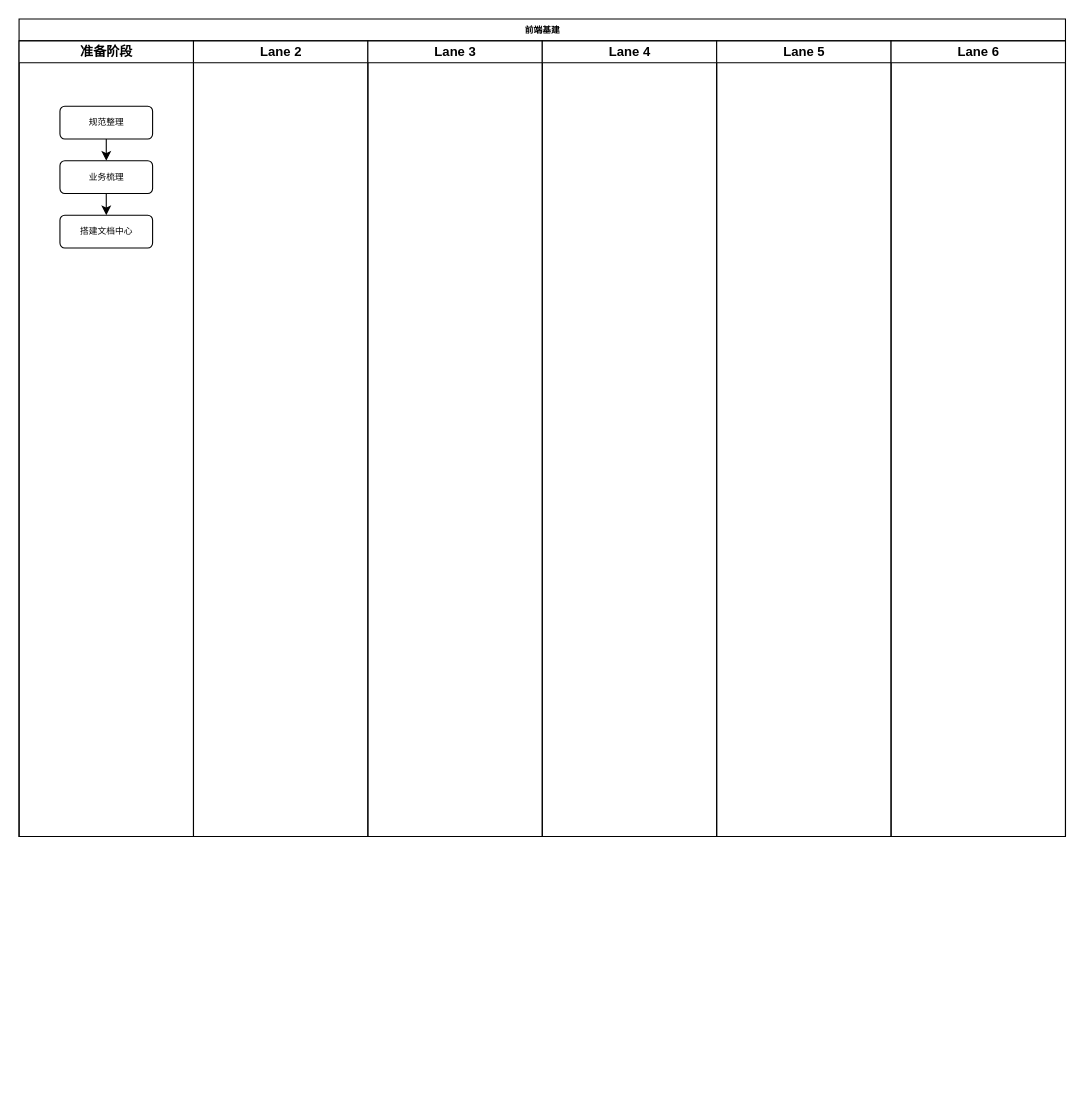
Earlier version of the draw.io diagram page "前端基建" (1 of 2) of Untitled Diagram.drawio (leer0911/draw.io). Source tidied: cells renumbered, new cells numbered last; positions are measured from the earlier drawing's top-left corner, leaving out a move shared by most shapes. Both pictures are drawn from the tidied source at 109%, with x=0, y=0 at pixel (19, 19).
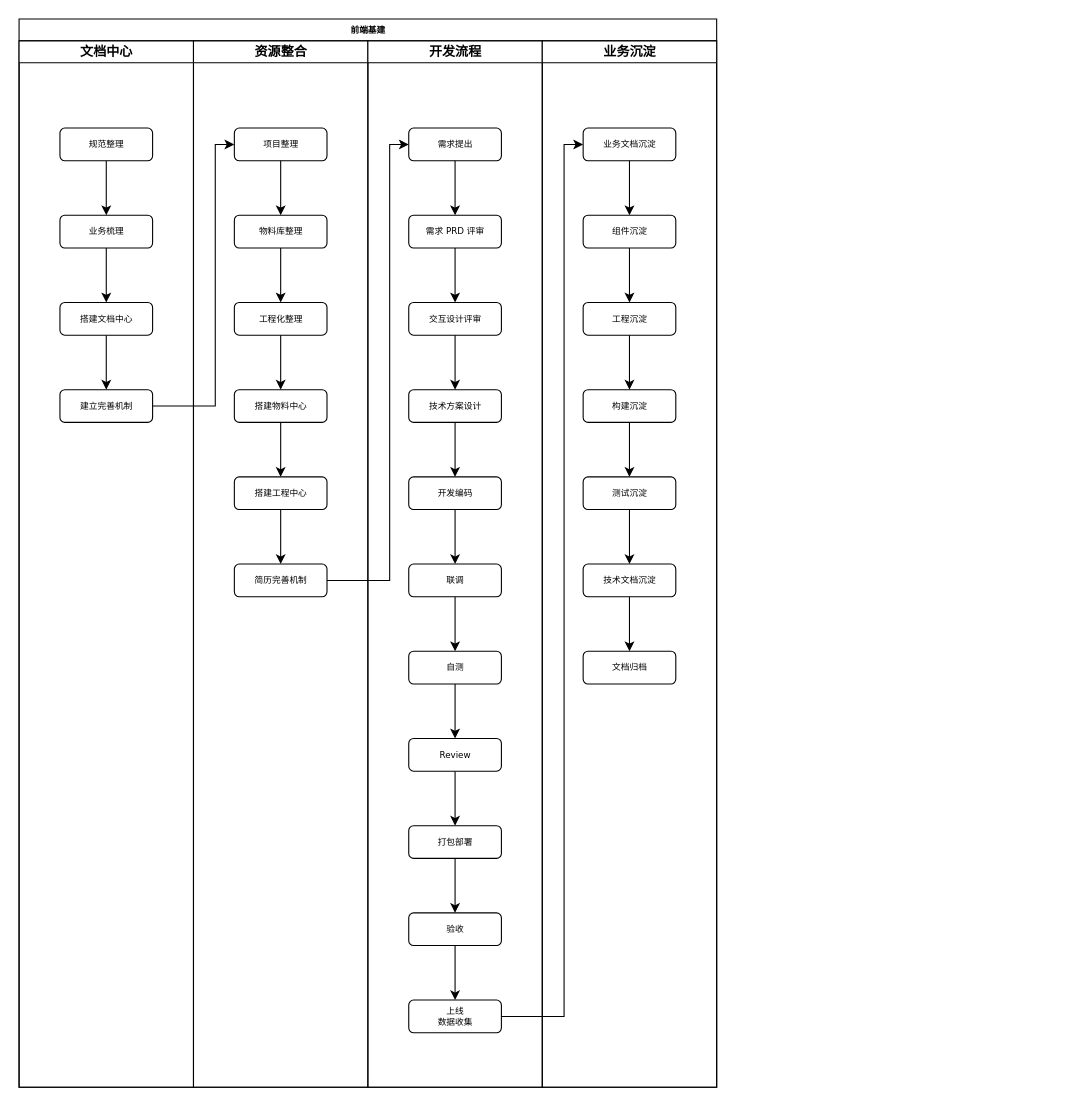
Above is the later version.

Change to the diagram source:
```diff
@@
     <mxCell id="2" value="前端基建" style="swimlane;html=1;startSize=20;rounded=0;shadow=0;labelBackgroundColor=none;strokeWidth=1;fontFamily=Verdana;fontSize=8;align=center;" parent="1" vertex="1">
-      <mxGeometry width="960" height="750" as="geometry" />
+      <mxGeometry width="640" height="980" as="geometry" />
     </mxCell>
-    <mxCell id="3" value="准备阶段" style="swimlane;html=1;startSize=20;" parent="2" vertex="1">
-      <mxGeometry y="20" width="160" height="730" as="geometry" />
+    <mxCell id="3" value="文档中心" style="swimlane;html=1;startSize=20;" parent="2" vertex="1">
+      <mxGeometry y="20" width="160" height="960" as="geometry" />
     </mxCell>
@@
     <mxCell id="5" value="规范整理" style="rounded=1;whiteSpace=wrap;html=1;shadow=0;labelBackgroundColor=none;strokeWidth=1;fontFamily=Verdana;fontSize=8;align=center;" parent="3" vertex="1">
-      <mxGeometry x="37.5" y="60" width="85" height="30" as="geometry" />
+      <mxGeometry x="37.5" y="80" width="85" height="30" as="geometry" />
     </mxCell>
@@
     <mxCell id="7" value="业务梳理" style="rounded=1;whiteSpace=wrap;html=1;shadow=0;labelBackgroundColor=none;strokeWidth=1;fontFamily=Verdana;fontSize=8;align=center;" parent="3" vertex="1">
-      <mxGeometry x="37.5" y="110" width="85" height="30" as="geometry" />
+      <mxGeometry x="37.5" y="160" width="85" height="30" as="geometry" />
     </mxCell>
+    <mxCell id="14" style="edgeStyle=orthogonalEdgeStyle;rounded=0;jettySize=auto;html=1;exitX=0.5;exitY=1;exitDx=0;exitDy=0;entryX=0.5;entryY=0;entryDx=0;entryDy=0;" parent="3" edge="1" source="8" target="15">
+      <mxGeometry relative="1" as="geometry" />
+    </mxCell>
     <mxCell id="8" value="搭建文档中心" style="rounded=1;whiteSpace=wrap;html=1;shadow=0;labelBackgroundColor=none;strokeWidth=1;fontFamily=Verdana;fontSize=8;align=center;" parent="3" vertex="1">
-      <mxGeometry x="37.5" y="160" width="85" height="30" as="geometry" />
+      <mxGeometry x="37.5" y="240" width="85" height="30" as="geometry" />
     </mxCell>
+    <mxCell id="15" value="建立完善机制" style="rounded=1;whiteSpace=wrap;html=1;shadow=0;labelBackgroundColor=none;strokeWidth=1;fontFamily=Verdana;fontSize=8;align=center;" parent="3" vertex="1">
+      <mxGeometry x="37.5" y="320" width="85" height="30" as="geometry" />
+    </mxCell>
-    <mxCell id="9" value="Lane 2" style="swimlane;html=1;startSize=20;" parent="2" vertex="1">
-      <mxGeometry x="160" y="20" width="160" height="730" as="geometry" />
+    <mxCell id="9" value="资源整合" style="swimlane;html=1;startSize=20;" parent="2" vertex="1">
+      <mxGeometry x="160" y="20" width="160" height="960" as="geometry" />
     </mxCell>
+    <mxCell id="16" value="项目整理" style="rounded=1;whiteSpace=wrap;html=1;shadow=0;labelBackgroundColor=none;strokeWidth=1;fontFamily=Verdana;fontSize=8;align=center;" parent="9" vertex="1">
+      <mxGeometry x="37.5" y="80" width="85" height="30" as="geometry" />
+    </mxCell>
+    <mxCell id="17" value="物料库整理" style="rounded=1;whiteSpace=wrap;html=1;shadow=0;labelBackgroundColor=none;strokeWidth=1;fontFamily=Verdana;fontSize=8;align=center;" parent="9" vertex="1">
+      <mxGeometry x="37.5" y="160" width="85" height="30" as="geometry" />
+    </mxCell>
+    <mxCell id="18" style="edgeStyle=orthogonalEdgeStyle;rounded=0;jettySize=auto;html=1;exitX=0.5;exitY=1;exitDx=0;exitDy=0;entryX=0.5;entryY=0;entryDx=0;entryDy=0;" parent="9" edge="1" source="16" target="17">
+      <mxGeometry relative="1" as="geometry" />
+    </mxCell>
+    <mxCell id="19" value="工程化整理" style="rounded=1;whiteSpace=wrap;html=1;shadow=0;labelBackgroundColor=none;strokeWidth=1;fontFamily=Verdana;fontSize=8;align=center;" parent="9" vertex="1">
+      <mxGeometry x="37.5" y="240" width="85" height="30" as="geometry" />
+    </mxCell>
+    <mxCell id="20" style="edgeStyle=orthogonalEdgeStyle;rounded=0;jettySize=auto;html=1;exitX=0.5;exitY=1;exitDx=0;exitDy=0;entryX=0.5;entryY=0;entryDx=0;entryDy=0;" parent="9" edge="1" source="17" target="19">
+      <mxGeometry relative="1" as="geometry" />
+    </mxCell>
+    <mxCell id="21" style="edgeStyle=orthogonalEdgeStyle;rounded=0;jettySize=auto;html=1;entryX=0.5;entryY=0;entryDx=0;entryDy=0;" parent="9" edge="1" source="22" target="25">
+      <mxGeometry relative="1" as="geometry" />
+    </mxCell>
+    <mxCell id="22" value="搭建物料中心" style="rounded=1;whiteSpace=wrap;html=1;shadow=0;labelBackgroundColor=none;strokeWidth=1;fontFamily=Verdana;fontSize=8;align=center;" parent="9" vertex="1">
+      <mxGeometry x="37.5" y="320" width="85" height="30" as="geometry" />
+    </mxCell>
+    <mxCell id="23" style="edgeStyle=orthogonalEdgeStyle;rounded=0;jettySize=auto;html=1;exitX=0.5;exitY=1;exitDx=0;exitDy=0;entryX=0.5;entryY=0;entryDx=0;entryDy=0;" parent="9" edge="1" source="19" target="22">
+      <mxGeometry relative="1" as="geometry" />
+    </mxCell>
+    <mxCell id="24" style="edgeStyle=orthogonalEdgeStyle;rounded=0;jettySize=auto;html=1;entryX=0.5;entryY=0;entryDx=0;entryDy=0;" parent="9" edge="1" source="25" target="26">
+      <mxGeometry relative="1" as="geometry" />
+    </mxCell>
+    <mxCell id="25" value="搭建工程中心" style="rounded=1;whiteSpace=wrap;html=1;shadow=0;labelBackgroundColor=none;strokeWidth=1;fontFamily=Verdana;fontSize=8;align=center;" parent="9" vertex="1">
+      <mxGeometry x="37.5" y="400" width="85" height="30" as="geometry" />
+    </mxCell>
+    <mxCell id="26" value="简历完善机制" style="rounded=1;whiteSpace=wrap;html=1;shadow=0;labelBackgroundColor=none;strokeWidth=1;fontFamily=Verdana;fontSize=8;align=center;" parent="9" vertex="1">
+      <mxGeometry x="37.5" y="480" width="85" height="30" as="geometry" />
+    </mxCell>
-    <mxCell id="10" value="Lane 3" style="swimlane;html=1;startSize=20;" parent="2" vertex="1">
-      <mxGeometry x="320" y="20" width="160" height="730" as="geometry" />
+    <mxCell id="10" value="开发流程" style="swimlane;html=1;startSize=20;" parent="2" vertex="1">
+      <mxGeometry x="320" y="20" width="160" height="960" as="geometry" />
     </mxCell>
+    <mxCell id="27" value="需求提出" style="rounded=1;whiteSpace=wrap;html=1;shadow=0;labelBackgroundColor=none;strokeWidth=1;fontFamily=Verdana;fontSize=8;align=center;" parent="10" vertex="1">
+      <mxGeometry x="37.5" y="80" width="85" height="30" as="geometry" />
+    </mxCell>
+    <mxCell id="28" value="需求 PRD 评审" style="rounded=1;whiteSpace=wrap;html=1;shadow=0;labelBackgroundColor=none;strokeWidth=1;fontFamily=Verdana;fontSize=8;align=center;" parent="10" vertex="1">
+      <mxGeometry x="37.5" y="160" width="85" height="30" as="geometry" />
+    </mxCell>
+    <mxCell id="29" style="edgeStyle=orthogonalEdgeStyle;rounded=0;jettySize=auto;html=1;exitX=0.5;exitY=1;exitDx=0;exitDy=0;entryX=0.5;entryY=0;entryDx=0;entryDy=0;" parent="10" edge="1" source="27" target="28">
+      <mxGeometry relative="1" as="geometry" />
+    </mxCell>
+    <mxCell id="30" value="交互设计评审" style="rounded=1;whiteSpace=wrap;html=1;shadow=0;labelBackgroundColor=none;strokeWidth=1;fontFamily=Verdana;fontSize=8;align=center;" parent="10" vertex="1">
+      <mxGeometry x="37.5" y="240" width="85" height="30" as="geometry" />
+    </mxCell>
+    <mxCell id="31" style="edgeStyle=orthogonalEdgeStyle;rounded=0;jettySize=auto;html=1;exitX=0.5;exitY=1;exitDx=0;exitDy=0;entryX=0.5;entryY=0;entryDx=0;entryDy=0;" parent="10" edge="1" source="28" target="30">
+      <mxGeometry relative="1" as="geometry" />
+    </mxCell>
+    <mxCell id="32" style="edgeStyle=orthogonalEdgeStyle;rounded=0;jettySize=auto;html=1;entryX=0.5;entryY=0;entryDx=0;entryDy=0;" parent="10" edge="1" source="33" target="36">
+      <mxGeometry relative="1" as="geometry" />
+    </mxCell>
+    <mxCell id="33" value="技术方案设计" style="rounded=1;whiteSpace=wrap;html=1;shadow=0;labelBackgroundColor=none;strokeWidth=1;fontFamily=Verdana;fontSize=8;align=center;" parent="10" vertex="1">
+      <mxGeometry x="37.5" y="320" width="85" height="30" as="geometry" />
+    </mxCell>
+    <mxCell id="34" style="edgeStyle=orthogonalEdgeStyle;rounded=0;jettySize=auto;html=1;exitX=0.5;exitY=1;exitDx=0;exitDy=0;entryX=0.5;entryY=0;entryDx=0;entryDy=0;" parent="10" edge="1" source="30" target="33">
+      <mxGeometry relative="1" as="geometry" />
+    </mxCell>
+    <mxCell id="35" style="edgeStyle=orthogonalEdgeStyle;rounded=0;jettySize=auto;html=1;entryX=0.5;entryY=0;entryDx=0;entryDy=0;" parent="10" edge="1" source="36" target="38">
+      <mxGeometry relative="1" as="geometry" />
+    </mxCell>
+    <mxCell id="36" value="开发编码" style="rounded=1;whiteSpace=wrap;html=1;shadow=0;labelBackgroundColor=none;strokeWidth=1;fontFamily=Verdana;fontSize=8;align=center;" parent="10" vertex="1">
+      <mxGeometry x="37.5" y="400" width="85" height="30" as="geometry" />
+    </mxCell>
+    <mxCell id="37" style="edgeStyle=orthogonalEdgeStyle;rounded=0;jettySize=auto;html=1;entryX=0.5;entryY=0;entryDx=0;entryDy=0;" parent="10" edge="1" source="38" target="40">
+      <mxGeometry relative="1" as="geometry" />
+    </mxCell>
+    <mxCell id="38" value="联调" style="rounded=1;whiteSpace=wrap;html=1;shadow=0;labelBackgroundColor=none;strokeWidth=1;fontFamily=Verdana;fontSize=8;align=center;" parent="10" vertex="1">
+      <mxGeometry x="37.5" y="480" width="85" height="30" as="geometry" />
+    </mxCell>
+    <mxCell id="39" style="edgeStyle=orthogonalEdgeStyle;rounded=0;jettySize=auto;html=1;entryX=0.5;entryY=0;entryDx=0;entryDy=0;" parent="10" edge="1" source="40" target="42">
+      <mxGeometry relative="1" as="geometry" />
+    </mxCell>
+    <mxCell id="40" value="自测" style="rounded=1;whiteSpace=wrap;html=1;shadow=0;labelBackgroundColor=none;strokeWidth=1;fontFamily=Verdana;fontSize=8;align=center;" parent="10" vertex="1">
+      <mxGeometry x="37.5" y="560" width="85" height="30" as="geometry" />
+    </mxCell>
+    <mxCell id="41" style="edgeStyle=orthogonalEdgeStyle;rounded=0;jettySize=auto;html=1;entryX=0.5;entryY=0;entryDx=0;entryDy=0;" parent="10" edge="1" source="42" target="44">
+      <mxGeometry relative="1" as="geometry" />
+    </mxCell>
+    <mxCell id="42" value="Review" style="rounded=1;whiteSpace=wrap;html=1;shadow=0;labelBackgroundColor=none;strokeWidth=1;fontFamily=Verdana;fontSize=8;align=center;" parent="10" vertex="1">
+      <mxGeometry x="37.5" y="640" width="85" height="30" as="geometry" />
+    </mxCell>
+    <mxCell id="43" style="edgeStyle=orthogonalEdgeStyle;rounded=0;jettySize=auto;html=1;entryX=0.5;entryY=0;entryDx=0;entryDy=0;" parent="10" edge="1" source="44" target="46">
+      <mxGeometry relative="1" as="geometry" />
+    </mxCell>
+    <mxCell id="44" value="打包部署" style="rounded=1;whiteSpace=wrap;html=1;shadow=0;labelBackgroundColor=none;strokeWidth=1;fontFamily=Verdana;fontSize=8;align=center;" parent="10" vertex="1">
+      <mxGeometry x="37.5" y="720" width="85" height="30" as="geometry" />
+    </mxCell>
+    <mxCell id="45" style="edgeStyle=orthogonalEdgeStyle;rounded=0;jettySize=auto;html=1;entryX=0.5;entryY=0;entryDx=0;entryDy=0;" parent="10" edge="1" source="46" target="47">
+      <mxGeometry relative="1" as="geometry" />
+    </mxCell>
+    <mxCell id="46" value="验收" style="rounded=1;whiteSpace=wrap;html=1;shadow=0;labelBackgroundColor=none;strokeWidth=1;fontFamily=Verdana;fontSize=8;align=center;" parent="10" vertex="1">
+      <mxGeometry x="37.5" y="800" width="85" height="30" as="geometry" />
+    </mxCell>
+    <mxCell id="47" value="上线&lt;br&gt;数据收集" style="rounded=1;whiteSpace=wrap;html=1;shadow=0;labelBackgroundColor=none;strokeWidth=1;fontFamily=Verdana;fontSize=8;align=center;" parent="10" vertex="1">
+      <mxGeometry x="37.5" y="880" width="85" height="30" as="geometry" />
+    </mxCell>
-    <mxCell id="11" value="Lane 4" style="swimlane;html=1;startSize=20;" parent="2" vertex="1">
-      <mxGeometry x="480" y="20" width="160" height="730" as="geometry" />
+    <mxCell id="11" value="业务沉淀" style="swimlane;html=1;startSize=20;" parent="2" vertex="1">
+      <mxGeometry x="480" y="20" width="160" height="960" as="geometry" />
     </mxCell>
-    <mxCell id="12" value="Lane 5" style="swimlane;html=1;startSize=20;" parent="2" vertex="1">
-      <mxGeometry x="640" y="20" width="160" height="730" as="geometry" />
-    </mxCell>
-    <mxCell id="13" value="Lane 6" style="swimlane;html=1;startSize=20;" parent="2" vertex="1">
-      <mxGeometry x="800" y="20" width="160" height="730" as="geometry" />
-    </mxCell>
+    <mxCell id="48" value="业务文档沉淀" style="rounded=1;whiteSpace=wrap;html=1;shadow=0;labelBackgroundColor=none;strokeWidth=1;fontFamily=Verdana;fontSize=8;align=center;" parent="11" vertex="1">
+      <mxGeometry x="37.5" y="80" width="85" height="30" as="geometry" />
+    </mxCell>
+    <mxCell id="49" value="组件沉淀" style="rounded=1;whiteSpace=wrap;html=1;shadow=0;labelBackgroundColor=none;strokeWidth=1;fontFamily=Verdana;fontSize=8;align=center;" parent="11" vertex="1">
+      <mxGeometry x="37.5" y="160" width="85" height="30" as="geometry" />
+    </mxCell>
+    <mxCell id="50" style="edgeStyle=orthogonalEdgeStyle;rounded=0;jettySize=auto;html=1;exitX=0.5;exitY=1;exitDx=0;exitDy=0;entryX=0.5;entryY=0;entryDx=0;entryDy=0;" parent="11" edge="1" source="48" target="49">
+      <mxGeometry relative="1" as="geometry" />
+    </mxCell>
+    <mxCell id="51" value="工程沉淀" style="rounded=1;whiteSpace=wrap;html=1;shadow=0;labelBackgroundColor=none;strokeWidth=1;fontFamily=Verdana;fontSize=8;align=center;" parent="11" vertex="1">
+      <mxGeometry x="37.5" y="240" width="85" height="30" as="geometry" />
+    </mxCell>
+    <mxCell id="52" style="edgeStyle=orthogonalEdgeStyle;rounded=0;jettySize=auto;html=1;exitX=0.5;exitY=1;exitDx=0;exitDy=0;entryX=0.5;entryY=0;entryDx=0;entryDy=0;" parent="11" edge="1" source="49" target="51">
+      <mxGeometry relative="1" as="geometry" />
+    </mxCell>
+    <mxCell id="53" style="edgeStyle=orthogonalEdgeStyle;rounded=0;jettySize=auto;html=1;entryX=0.5;entryY=0;entryDx=0;entryDy=0;" parent="11" edge="1" source="54" target="57">
+      <mxGeometry relative="1" as="geometry" />
+    </mxCell>
+    <mxCell id="54" value="构建沉淀" style="rounded=1;whiteSpace=wrap;html=1;shadow=0;labelBackgroundColor=none;strokeWidth=1;fontFamily=Verdana;fontSize=8;align=center;" parent="11" vertex="1">
+      <mxGeometry x="37.5" y="320" width="85" height="30" as="geometry" />
+    </mxCell>
+    <mxCell id="55" style="edgeStyle=orthogonalEdgeStyle;rounded=0;jettySize=auto;html=1;exitX=0.5;exitY=1;exitDx=0;exitDy=0;entryX=0.5;entryY=0;entryDx=0;entryDy=0;" parent="11" edge="1" source="51" target="54">
+      <mxGeometry relative="1" as="geometry" />
+    </mxCell>
+    <mxCell id="56" style="edgeStyle=orthogonalEdgeStyle;rounded=0;jettySize=auto;html=1;entryX=0.5;entryY=0;entryDx=0;entryDy=0;" parent="11" edge="1" source="57" target="59">
+      <mxGeometry relative="1" as="geometry" />
+    </mxCell>
+    <mxCell id="57" value="测试沉淀" style="rounded=1;whiteSpace=wrap;html=1;shadow=0;labelBackgroundColor=none;strokeWidth=1;fontFamily=Verdana;fontSize=8;align=center;" parent="11" vertex="1">
+      <mxGeometry x="37.5" y="400" width="85" height="30" as="geometry" />
+    </mxCell>
+    <mxCell id="58" style="edgeStyle=orthogonalEdgeStyle;rounded=0;jettySize=auto;html=1;entryX=0.5;entryY=0;entryDx=0;entryDy=0;" parent="11" edge="1" source="59" target="60">
+      <mxGeometry relative="1" as="geometry" />
+    </mxCell>
+    <mxCell id="59" value="技术文档沉淀" style="rounded=1;whiteSpace=wrap;html=1;shadow=0;labelBackgroundColor=none;strokeWidth=1;fontFamily=Verdana;fontSize=8;align=center;" parent="11" vertex="1">
+      <mxGeometry x="37.5" y="480" width="85" height="30" as="geometry" />
+    </mxCell>
+    <mxCell id="60" value="文档归档" style="rounded=1;whiteSpace=wrap;html=1;shadow=0;labelBackgroundColor=none;strokeWidth=1;fontFamily=Verdana;fontSize=8;align=center;" parent="11" vertex="1">
+      <mxGeometry x="37.5" y="560" width="85" height="30" as="geometry" />
+    </mxCell>
+    <mxCell id="61" style="edgeStyle=orthogonalEdgeStyle;rounded=0;jettySize=auto;html=1;entryX=0;entryY=0.5;entryDx=0;entryDy=0;" parent="2" edge="1" source="15" target="16">
+      <mxGeometry relative="1" as="geometry">
+        <Array as="points">
+          <mxPoint x="180" y="355" />
+          <mxPoint x="180" y="115" />
+        </Array>
+      </mxGeometry>
+    </mxCell>
+    <mxCell id="62" style="edgeStyle=orthogonalEdgeStyle;rounded=0;jettySize=auto;html=1;entryX=0;entryY=0.5;entryDx=0;entryDy=0;" parent="2" edge="1" source="26" target="27">
+      <mxGeometry relative="1" as="geometry">
+        <Array as="points">
+          <mxPoint x="340" y="515" />
+          <mxPoint x="340" y="115" />
+        </Array>
+      </mxGeometry>
+    </mxCell>
+    <mxCell id="63" style="edgeStyle=orthogonalEdgeStyle;rounded=0;jettySize=auto;html=1;entryX=0;entryY=0.5;entryDx=0;entryDy=0;" parent="2" edge="1" source="47" target="48">
+      <mxGeometry relative="1" as="geometry">
+        <Array as="points">
+          <mxPoint x="500" y="915" />
+          <mxPoint x="500" y="115" />
+        </Array>
+      </mxGeometry>
+    </mxCell>
```
